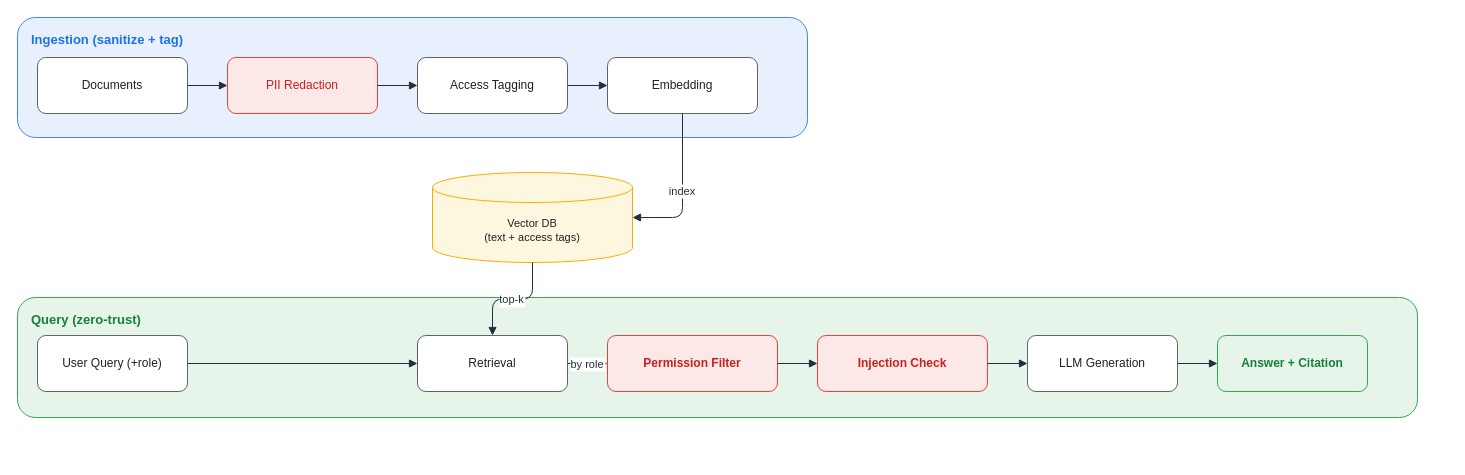
The draw.io diagram assets/img/ai/rag-05-secure-rag-flow.drawio in KKamJi98/kkamji98.github.io, before the edit. Source tidied: cells renumbered, new cells numbered last; positions are measured from the earlier drawing's top-left corner, leaving out a move shared by most shapes. Both pictures are drawn from the tidied source at 100%, with x=0, y=0 at pixel (17, 17).
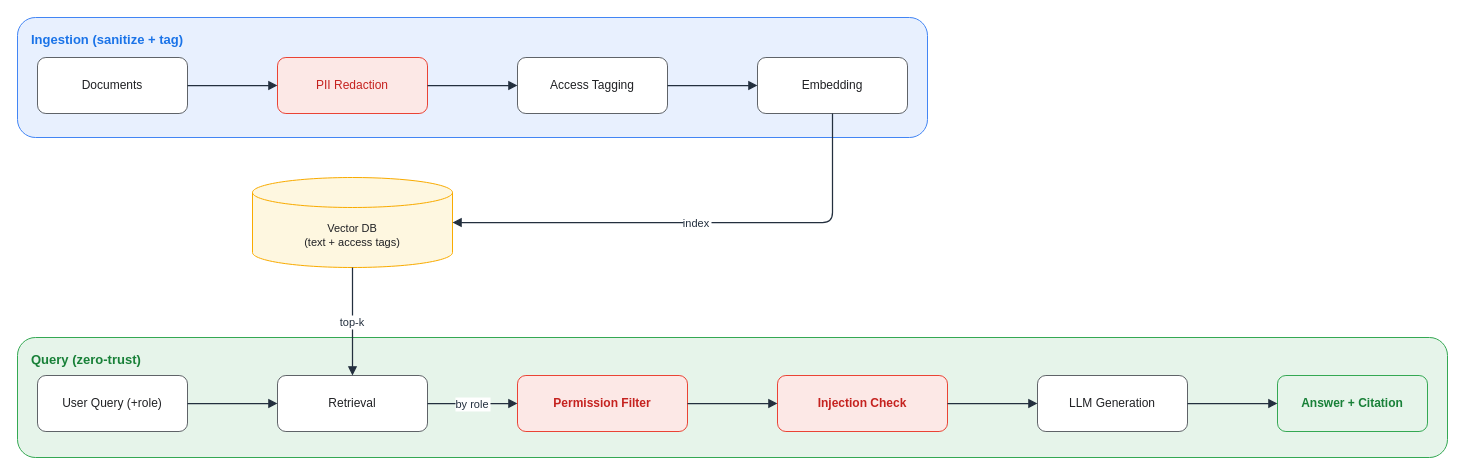
The same diagram, later.

Unchanged cells that the change refers to:
```xml
<mxCell id="4" value="Documents" style="rounded=1;whiteSpace=wrap;html=0;fillColor=#FFFFFF;strokeColor=#5F6368;shadow=0;fontSize=12;fontColor=#202124;" parent="1" vertex="1">
  <mxGeometry x="20" y="40" width="150" height="56" as="geometry" />
</mxCell>
```

What changed in the source:
```diff
@@
-    <mxCell id="2" value="Ingestion (sanitize + tag)" style="rounded=1;fillColor=#E8F0FE;strokeColor=#4285F4;verticalAlign=top;align=left;fontStyle=1;fontSize=13;fontColor=#1A73E8;spacingLeft=12;spacingTop=8;shadow=0;" parent="1" vertex="1">
-      <mxGeometry width="790" height="120" as="geometry" />
+    <mxCell id="2" value="Ingestion (sanitize + tag)" style="rounded=1;html=0;fillColor=#E8F0FE;strokeColor=#4285F4;verticalAlign=top;align=left;fontStyle=1;fontSize=13;fontColor=#1A73E8;spacingLeft=12;spacingTop=8;shadow=0;" parent="1" vertex="1">
+      <mxGeometry width="910" height="120" as="geometry" />
     </mxCell>
-    <mxCell id="3" value="Query (zero-trust)" style="rounded=1;fillColor=#E6F4EA;strokeColor=#34A853;verticalAlign=top;align=left;fontStyle=1;fontSize=13;fontColor=#188038;spacingLeft=12;spacingTop=8;shadow=0;" parent="1" vertex="1">
-      <mxGeometry y="280" width="1400" height="120" as="geometry" />
+    <mxCell id="3" value="Query (zero-trust)" style="rounded=1;html=0;fillColor=#E6F4EA;strokeColor=#34A853;verticalAlign=top;align=left;fontStyle=1;fontSize=13;fontColor=#188038;spacingLeft=12;spacingTop=8;shadow=0;" parent="1" vertex="1">
+      <mxGeometry y="320" width="1430" height="120" as="geometry" />
     </mxCell>
@@
     <mxCell id="5" value="PII Redaction" style="rounded=1;whiteSpace=wrap;html=0;fillColor=#FCE8E6;strokeColor=#EA4335;shadow=0;fontSize=12;fontColor=#C5221F;" parent="1" vertex="1">
-      <mxGeometry x="210" y="40" width="150" height="56" as="geometry" />
+      <mxGeometry x="260" y="40" width="150" height="56" as="geometry" />
     </mxCell>
     <mxCell id="6" value="Access Tagging" style="rounded=1;whiteSpace=wrap;html=0;fillColor=#FFFFFF;strokeColor=#5F6368;shadow=0;fontSize=12;fontColor=#202124;" parent="1" vertex="1">
-      <mxGeometry x="400" y="40" width="150" height="56" as="geometry" />
+      <mxGeometry x="500" y="40" width="150" height="56" as="geometry" />
     </mxCell>
     <mxCell id="7" value="Embedding" style="rounded=1;whiteSpace=wrap;html=0;fillColor=#FFFFFF;strokeColor=#5F6368;shadow=0;fontSize=12;fontColor=#202124;" parent="1" vertex="1">
-      <mxGeometry x="590" y="40" width="150" height="56" as="geometry" />
+      <mxGeometry x="740" y="40" width="150" height="56" as="geometry" />
     </mxCell>
     <mxCell id="8" value="Vector DB&#10;(text + access tags)" style="shape=cylinder3;whiteSpace=wrap;html=0;fillColor=#FEF7E0;strokeColor=#F9AB00;shadow=0;fontSize=11;fontColor=#202124;boundedLbl=1;" parent="1" vertex="1">
-      <mxGeometry x="415" y="155" width="200" height="90" as="geometry" />
+      <mxGeometry x="235" y="160" width="200" height="90" as="geometry" />
     </mxCell>
     <mxCell id="9" value="User Query (+role)" style="rounded=1;whiteSpace=wrap;html=0;fillColor=#FFFFFF;strokeColor=#5F6368;shadow=0;fontSize=12;fontColor=#202124;" parent="1" vertex="1">
-      <mxGeometry x="20" y="318" width="150" height="56" as="geometry" />
+      <mxGeometry x="20" y="358" width="150" height="56" as="geometry" />
     </mxCell>
     <mxCell id="10" value="Retrieval" style="rounded=1;whiteSpace=wrap;html=0;fillColor=#FFFFFF;strokeColor=#5F6368;shadow=0;fontSize=12;fontColor=#202124;" parent="1" vertex="1">
-      <mxGeometry x="400" y="318" width="150" height="56" as="geometry" />
+      <mxGeometry x="260" y="358" width="150" height="56" as="geometry" />
     </mxCell>
     <mxCell id="11" value="Permission Filter" style="rounded=1;whiteSpace=wrap;html=0;fillColor=#FCE8E6;strokeColor=#EA4335;shadow=0;fontSize=12;fontColor=#C5221F;fontStyle=1;" parent="1" vertex="1">
-      <mxGeometry x="590" y="318" width="170" height="56" as="geometry" />
+      <mxGeometry x="500" y="358" width="170" height="56" as="geometry" />
     </mxCell>
     <mxCell id="12" value="Injection Check" style="rounded=1;whiteSpace=wrap;html=0;fillColor=#FCE8E6;strokeColor=#EA4335;shadow=0;fontSize=12;fontColor=#C5221F;fontStyle=1;" parent="1" vertex="1">
-      <mxGeometry x="800" y="318" width="170" height="56" as="geometry" />
+      <mxGeometry x="760" y="358" width="170" height="56" as="geometry" />
     </mxCell>
     <mxCell id="13" value="LLM Generation" style="rounded=1;whiteSpace=wrap;html=0;fillColor=#FFFFFF;strokeColor=#5F6368;shadow=0;fontSize=12;fontColor=#202124;" parent="1" vertex="1">
-      <mxGeometry x="1010" y="318" width="150" height="56" as="geometry" />
+      <mxGeometry x="1020" y="358" width="150" height="56" as="geometry" />
     </mxCell>
     <mxCell id="14" value="Answer + Citation" style="rounded=1;whiteSpace=wrap;html=0;fillColor=#E6F4EA;strokeColor=#34A853;shadow=0;fontSize=12;fontColor=#188038;fontStyle=1;" parent="1" vertex="1">
-      <mxGeometry x="1200" y="318" width="150" height="56" as="geometry" />
+      <mxGeometry x="1260" y="358" width="150" height="56" as="geometry" />
     </mxCell>
-    <mxCell id="15" style="edgeStyle=orthogonalEdgeStyle;rounded=1;html=0;endArrow=block;strokeColor=#232F3E;fontColor=#232F3E;" parent="1" edge="1" source="4" target="5">
+    <mxCell id="15" style="edgeStyle=orthogonalEdgeStyle;rounded=1;html=0;endArrow=block;strokeColor=#232F3E;strokeWidth=1.25;fontColor=#232F3E;" parent="1" edge="1" source="4" target="5">
       <mxGeometry relative="1" as="geometry" />
     </mxCell>
-    <mxCell id="16" style="edgeStyle=orthogonalEdgeStyle;rounded=1;html=0;endArrow=block;strokeColor=#232F3E;fontColor=#232F3E;" parent="1" edge="1" source="5" target="6">
+    <mxCell id="16" style="edgeStyle=orthogonalEdgeStyle;rounded=1;html=0;endArrow=block;strokeColor=#232F3E;strokeWidth=1.25;fontColor=#232F3E;" parent="1" edge="1" source="5" target="6">
       <mxGeometry relative="1" as="geometry" />
     </mxCell>
-    <mxCell id="17" style="edgeStyle=orthogonalEdgeStyle;rounded=1;html=0;endArrow=block;strokeColor=#232F3E;fontColor=#232F3E;" parent="1" edge="1" source="6" target="7">
+    <mxCell id="17" style="edgeStyle=orthogonalEdgeStyle;rounded=1;html=0;endArrow=block;strokeColor=#232F3E;strokeWidth=1.25;fontColor=#232F3E;" parent="1" edge="1" source="6" target="7">
       <mxGeometry relative="1" as="geometry" />
     </mxCell>
-    <mxCell id="18" value="index" style="edgeStyle=orthogonalEdgeStyle;rounded=1;html=0;endArrow=block;strokeColor=#232F3E;fontColor=#232F3E;fontSize=11;labelBackgroundColor=#FFFFFF;" parent="1" edge="1" source="7" target="8">
+    <mxCell id="18" value="index" style="edgeStyle=orthogonalEdgeStyle;rounded=1;html=0;endArrow=block;strokeColor=#232F3E;strokeWidth=1.25;fontColor=#232F3E;fontSize=11;labelBackgroundColor=#FFFFFF;exitX=0.5;exitY=1;exitDx=0;exitDy=0;entryX=1;entryY=0.5;entryDx=0;entryDy=0;" parent="1" edge="1" source="7" target="8">
       <mxGeometry relative="1" as="geometry">
         <Array as="points">
-          <mxPoint x="665" y="200" />
-          <mxPoint x="535" y="200" />
+          <mxPoint x="815" y="205" />
         </Array>
       </mxGeometry>
     </mxCell>
-    <mxCell id="19" value="top-k" style="edgeStyle=orthogonalEdgeStyle;rounded=1;html=0;endArrow=block;strokeColor=#232F3E;fontColor=#232F3E;fontSize=11;labelBackgroundColor=#FFFFFF;" parent="1" edge="1" source="8" target="10">
+    <mxCell id="19" value="top-k" style="edgeStyle=orthogonalEdgeStyle;rounded=1;html=0;endArrow=block;strokeColor=#232F3E;strokeWidth=1.25;fontColor=#232F3E;fontSize=11;labelBackgroundColor=#FFFFFF;exitX=0.5;exitY=1;exitDx=0;exitDy=0;entryX=0.5;entryY=0;entryDx=0;entryDy=0;" parent="1" edge="1" source="8" target="10">
       <mxGeometry relative="1" as="geometry" />
     </mxCell>
-    <mxCell id="20" style="edgeStyle=orthogonalEdgeStyle;rounded=1;html=0;endArrow=block;strokeColor=#232F3E;fontColor=#232F3E;" parent="1" edge="1" source="9" target="10">
+    <mxCell id="20" style="edgeStyle=orthogonalEdgeStyle;rounded=1;html=0;endArrow=block;strokeColor=#232F3E;strokeWidth=1.25;fontColor=#232F3E;" parent="1" edge="1" source="9" target="10">
       <mxGeometry relative="1" as="geometry" />
     </mxCell>
-    <mxCell id="21" value="by role" style="edgeStyle=orthogonalEdgeStyle;rounded=1;html=0;endArrow=block;strokeColor=#232F3E;fontColor=#232F3E;fontSize=11;labelBackgroundColor=#FFFFFF;" parent="1" edge="1" source="10" target="11">
+    <mxCell id="21" value="by role" style="edgeStyle=orthogonalEdgeStyle;rounded=1;html=0;endArrow=block;strokeColor=#232F3E;strokeWidth=1.25;fontColor=#232F3E;fontSize=11;labelBackgroundColor=#FFFFFF;" parent="1" edge="1" source="10" target="11">
       <mxGeometry relative="1" as="geometry" />
     </mxCell>
-    <mxCell id="22" style="edgeStyle=orthogonalEdgeStyle;rounded=1;html=0;endArrow=block;strokeColor=#232F3E;fontColor=#232F3E;" parent="1" edge="1" source="11" target="12">
+    <mxCell id="22" style="edgeStyle=orthogonalEdgeStyle;rounded=1;html=0;endArrow=block;strokeColor=#232F3E;strokeWidth=1.25;fontColor=#232F3E;" parent="1" edge="1" source="11" target="12">
       <mxGeometry relative="1" as="geometry" />
     </mxCell>
-    <mxCell id="23" style="edgeStyle=orthogonalEdgeStyle;rounded=1;html=0;endArrow=block;strokeColor=#232F3E;fontColor=#232F3E;" parent="1" edge="1" source="12" target="13">
+    <mxCell id="23" style="edgeStyle=orthogonalEdgeStyle;rounded=1;html=0;endArrow=block;strokeColor=#232F3E;strokeWidth=1.25;fontColor=#232F3E;" parent="1" edge="1" source="12" target="13">
       <mxGeometry relative="1" as="geometry" />
     </mxCell>
-    <mxCell id="24" style="edgeStyle=orthogonalEdgeStyle;rounded=1;html=0;endArrow=block;strokeColor=#232F3E;fontColor=#232F3E;" parent="1" edge="1" source="13" target="14">
+    <mxCell id="24" style="edgeStyle=orthogonalEdgeStyle;rounded=1;html=0;endArrow=block;strokeColor=#232F3E;strokeWidth=1.25;fontColor=#232F3E;" parent="1" edge="1" source="13" target="14">
       <mxGeometry relative="1" as="geometry" />
     </mxCell>
```
